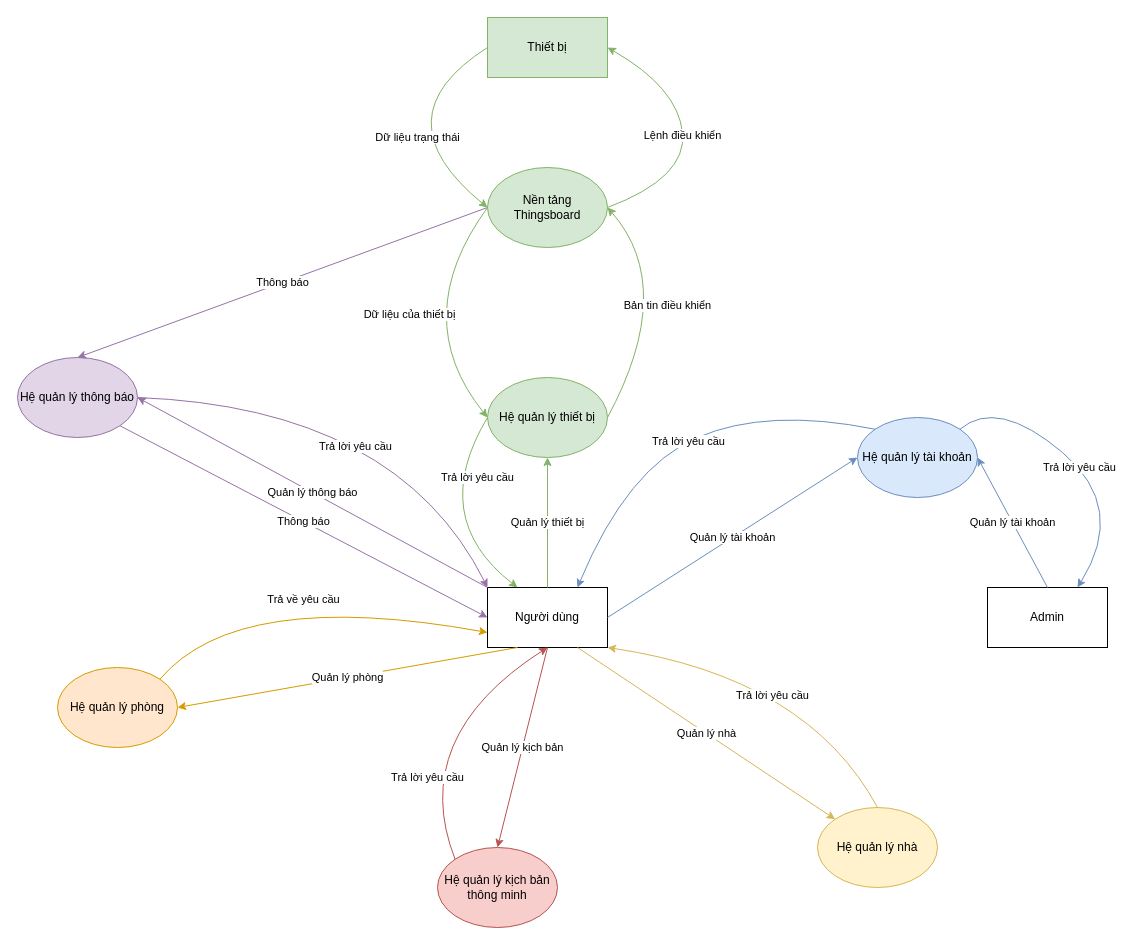
Earlier version of the draw.io diagram page "DFD-Mức ngữ cảnh" (6 of 9) of iotentities.drawio (khanhdew/SmartHome). Source tidied: cells renumbered, new cells numbered last; positions are measured from the earlier drawing's top-left corner, leaving out a move shared by most shapes. Both pictures are drawn from the tidied source at 100%, with x=0, y=0 at pixel (17, 17).
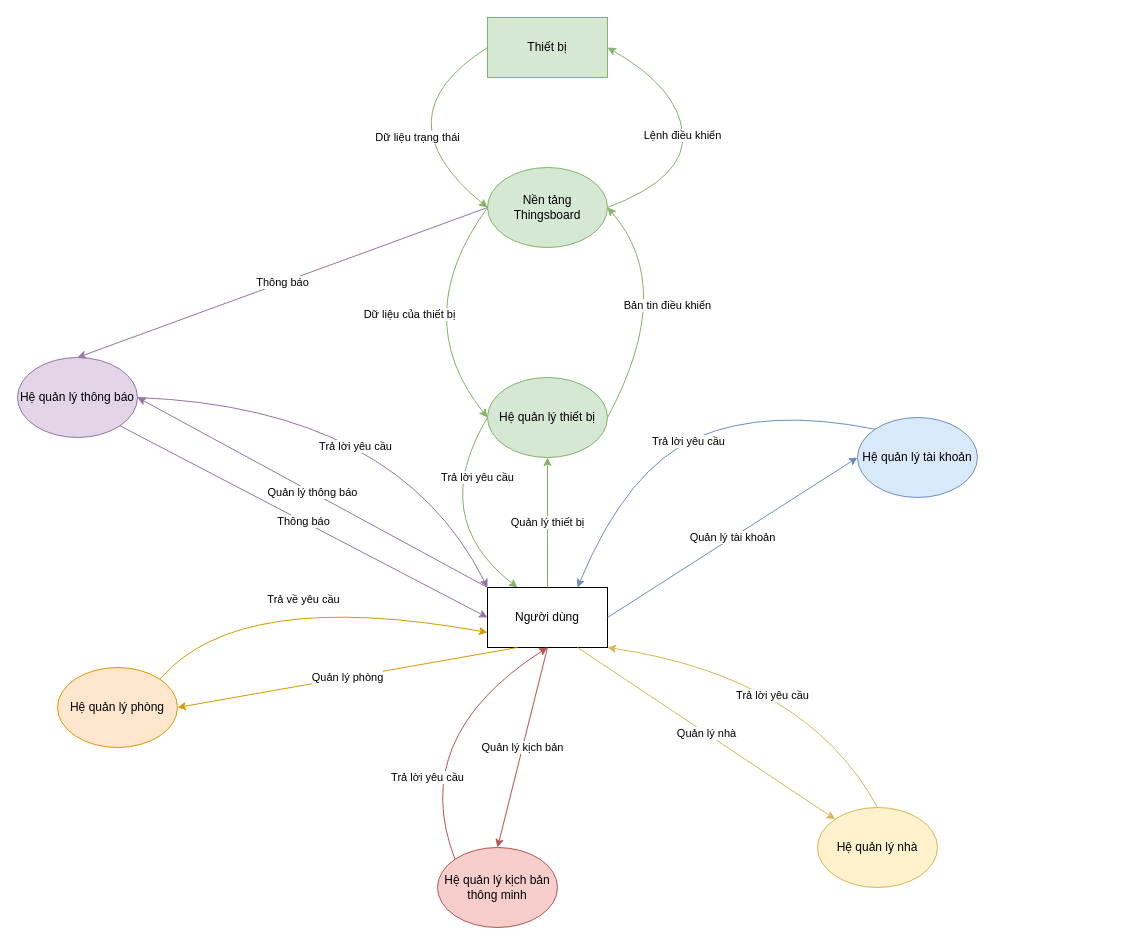
Above is the later version.

Unchanged cells that the change refers to:
```xml
<mxCell id="5" value="Hệ quản lý tài khoản" style="ellipse;whiteSpace=wrap;html=1;fillColor=#dae8fc;strokeColor=#6c8ebf;" parent="1" vertex="1">
  <mxGeometry x="840" y="400" width="120" height="80" as="geometry" />
</mxCell>
```

Change to the diagram source:
```diff
@@
-    <mxCell id="4" value="Admin" style="rounded=0;whiteSpace=wrap;html=1;" parent="1" vertex="1">
-      <mxGeometry x="970" y="570" width="120" height="60" as="geometry" />
-    </mxCell>
@@
-    <mxCell id="28" value="Quản lý tài khoản" style="endArrow=classic;html=1;rounded=0;exitX=0.5;exitY=0;exitDx=0;exitDy=0;entryX=1;entryY=0.5;entryDx=0;entryDy=0;fillColor=#dae8fc;strokeColor=#6c8ebf;" parent="1" edge="1" source="4" target="5">
-      <mxGeometry relative="1" as="geometry" />
-    </mxCell>
-    <mxCell id="29" value="Trả lời yêu cầu" style="curved=1;endArrow=classic;html=1;rounded=0;entryX=0.75;entryY=0;entryDx=0;entryDy=0;exitX=1;exitY=0;exitDx=0;exitDy=0;fillColor=#dae8fc;strokeColor=#6c8ebf;" parent="1" edge="1" source="5" target="4">
-      <mxGeometry relative="1" as="geometry">
-        <Array as="points">
-          <mxPoint x="980" y="380" />
-          <mxPoint x="1110" y="490" />
-        </Array>
-      </mxGeometry>
-    </mxCell>
```
